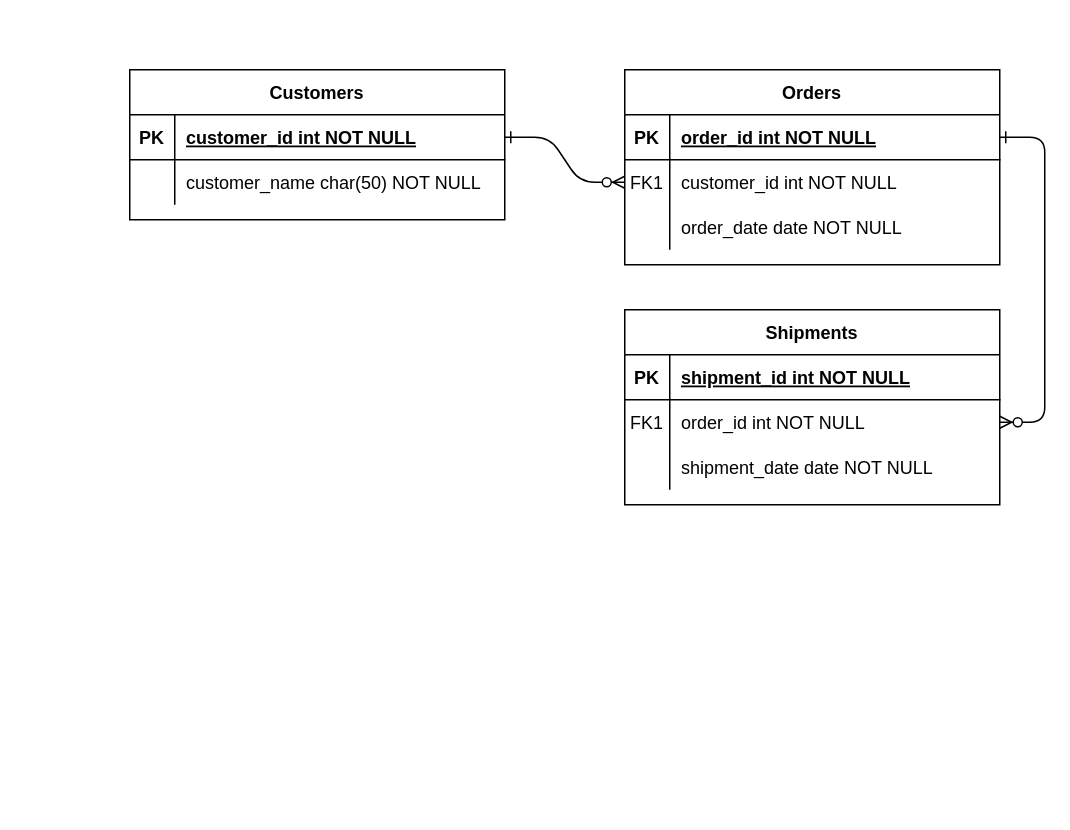
This is draw.io/数据库ER图.drawio from KeatonLi/pictures, a draw.io file, before an edit. Source tidied: cells renumbered, new cells numbered last; positions are measured from the earlier drawing's top-left corner, leaving out a move shared by most shapes. Both pictures are drawn from the tidied source at 150%, with x=0, y=0 at pixel (129, 69).
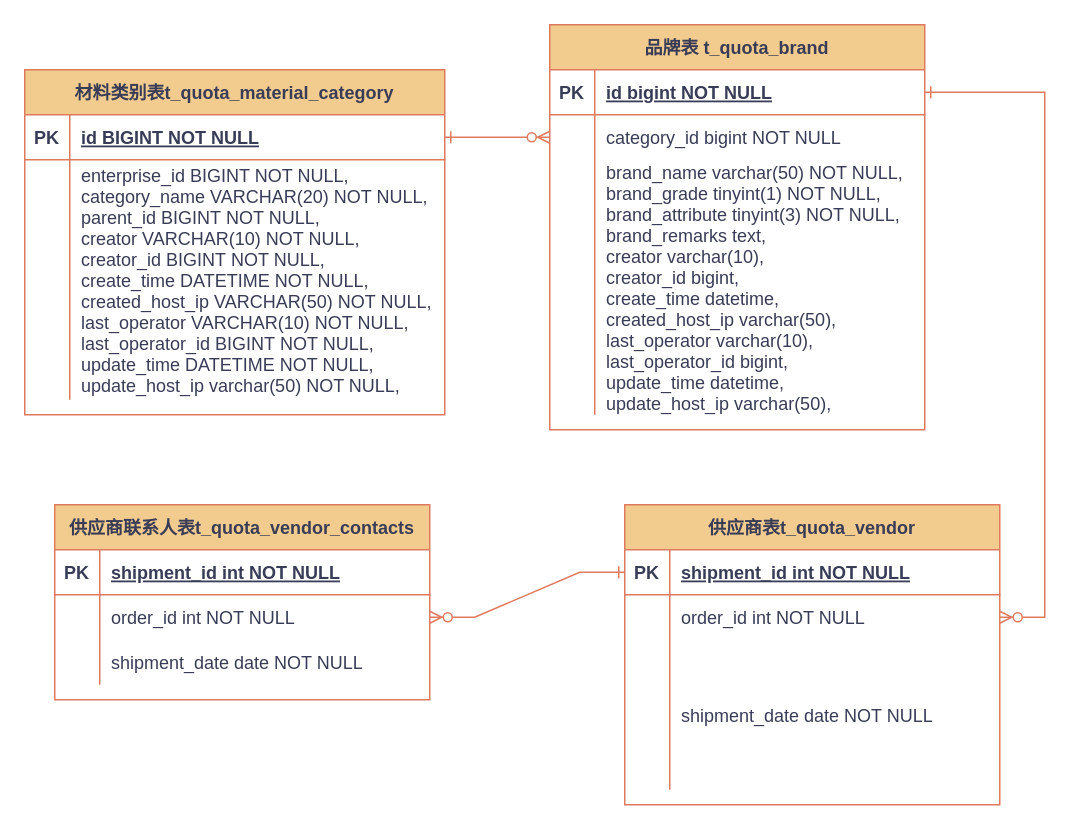
The same diagram, later.

Commit message (it also covers changes not shown here):
更新数据库ER图.drawio

The edit, as a diff of the source:
```diff
@@
-    <mxCell id="2" style="edgeStyle=entityRelationEdgeStyle;endArrow=ERzeroToMany;startArrow=ERone;endFill=1;startFill=0;" parent="1" edge="1" source="25" target="8">
+    <mxCell id="2" style="edgeStyle=entityRelationEdgeStyle;endArrow=ERzeroToMany;startArrow=ERone;endFill=1;startFill=0;labelBackgroundColor=none;fontColor=default;rounded=0;strokeColor=#E07A5F;" parent="1" edge="1" source="25" target="8">
       <mxGeometry relative="1" as="geometry" />
     </mxCell>
-    <mxCell id="3" style="edgeStyle=entityRelationEdgeStyle;endArrow=ERzeroToMany;startArrow=ERone;endFill=1;startFill=0;" parent="1" edge="1" source="5" target="18">
+    <mxCell id="3" style="edgeStyle=entityRelationEdgeStyle;endArrow=ERzeroToMany;startArrow=ERone;endFill=1;startFill=0;labelBackgroundColor=none;fontColor=default;rounded=0;strokeColor=#E07A5F;" parent="1" edge="1" source="5" target="18">
       <mxGeometry relative="1" as="geometry" />
     </mxCell>
-    <mxCell id="4" value="Orders" style="shape=table;startSize=30;childLayout=tableLayout;rowLines=0;fontStyle=1;align=center;" parent="1" vertex="1">
-      <mxGeometry x="330" width="250" height="130" as="geometry" />
+    <mxCell id="4" value="品牌表 t_quota_brand" style="shape=table;startSize=30;childLayout=tableLayout;rowLines=0;fontStyle=1;align=center;labelBackgroundColor=none;rounded=0;fillColor=#F2CC8F;strokeColor=#E07A5F;fontColor=#393C56;" parent="1" vertex="1">
+      <mxGeometry x="280" y="-30" width="250" height="270" as="geometry" />
     </mxCell>
-    <mxCell id="5" style="shape=partialRectangle;fillColor=none;points=[[0,0.5],[1,0.5]];portConstraint=eastwest;top=0;left=0;right=0;bottom=1;" parent="4" vertex="1">
+    <mxCell id="5" style="shape=partialRectangle;fillColor=none;points=[[0,0.5],[1,0.5]];portConstraint=eastwest;top=0;left=0;right=0;bottom=1;labelBackgroundColor=none;rounded=0;strokeColor=#E07A5F;fontColor=#393C56;" parent="4" vertex="1">
       <mxGeometry y="30" width="250" height="30" as="geometry" />
     </mxCell>
-    <mxCell id="6" value="PK" style="shape=partialRectangle;overflow=hidden;fillColor=none;top=0;left=0;bottom=0;right=0;fontStyle=1;" parent="5" vertex="1">
+    <mxCell id="6" value="PK" style="shape=partialRectangle;overflow=hidden;fillColor=none;top=0;left=0;bottom=0;right=0;fontStyle=1;labelBackgroundColor=none;rounded=0;strokeColor=#E07A5F;fontColor=#393C56;" parent="5" vertex="1">
       <mxGeometry width="30" height="30" as="geometry" />
     </mxCell>
-    <mxCell id="7" value="order_id int NOT NULL " style="shape=partialRectangle;overflow=hidden;fillColor=none;top=0;left=0;bottom=0;right=0;align=left;spacingLeft=6;fontStyle=5;" parent="5" vertex="1">
+    <mxCell id="7" value="id bigint NOT NULL " style="shape=partialRectangle;overflow=hidden;fillColor=none;top=0;left=0;bottom=0;right=0;align=left;spacingLeft=6;fontStyle=5;labelBackgroundColor=none;rounded=0;strokeColor=#E07A5F;fontColor=#393C56;" parent="5" vertex="1">
       <mxGeometry x="30" width="220" height="30" as="geometry" />
     </mxCell>
-    <mxCell id="8" style="shape=partialRectangle;fillColor=none;points=[[0,0.5],[1,0.5]];portConstraint=eastwest;top=0;left=0;right=0;bottom=0;" parent="4" vertex="1">
+    <mxCell id="8" style="shape=partialRectangle;fillColor=none;points=[[0,0.5],[1,0.5]];portConstraint=eastwest;top=0;left=0;right=0;bottom=0;labelBackgroundColor=none;rounded=0;strokeColor=#E07A5F;fontColor=#393C56;" parent="4" vertex="1">
       <mxGeometry y="60" width="250" height="30" as="geometry" />
     </mxCell>
-    <mxCell id="9" value="FK1" style="shape=partialRectangle;overflow=hidden;fillColor=none;top=0;left=0;bottom=0;right=0;" parent="8" vertex="1">
+    <mxCell id="9" style="shape=partialRectangle;overflow=hidden;fillColor=none;top=0;left=0;bottom=0;right=0;labelBackgroundColor=none;rounded=0;strokeColor=#E07A5F;fontColor=#393C56;" parent="8" vertex="1">
       <mxGeometry width="30" height="30" as="geometry" />
     </mxCell>
-    <mxCell id="10" value="customer_id int NOT NULL" style="shape=partialRectangle;overflow=hidden;fillColor=none;top=0;left=0;bottom=0;right=0;align=left;spacingLeft=6;" parent="8" vertex="1">
+    <mxCell id="10" value="category_id bigint NOT NULL" style="shape=partialRectangle;overflow=hidden;fillColor=none;top=0;left=0;bottom=0;right=0;align=left;spacingLeft=6;labelBackgroundColor=none;rounded=0;strokeColor=#E07A5F;fontColor=#393C56;" parent="8" vertex="1">
       <mxGeometry x="30" width="220" height="30" as="geometry" />
     </mxCell>
-    <mxCell id="11" style="shape=partialRectangle;fillColor=none;top=0;left=0;right=0;bottom=0;" parent="4" vertex="1">
-      <mxGeometry y="90" width="250" height="30" as="geometry" />
+    <mxCell id="11" style="shape=partialRectangle;fillColor=none;top=0;left=0;right=0;bottom=0;labelBackgroundColor=none;rounded=0;strokeColor=#E07A5F;fontColor=#393C56;" parent="4" vertex="1">
+      <mxGeometry y="90" width="250" height="170" as="geometry" />
     </mxCell>
-    <mxCell id="12" style="shape=partialRectangle;overflow=hidden;fillColor=none;top=0;left=0;bottom=0;right=0;" parent="11" vertex="1">
-      <mxGeometry width="30" height="30" as="geometry" />
+    <mxCell id="12" style="shape=partialRectangle;overflow=hidden;fillColor=none;top=0;left=0;bottom=0;right=0;labelBackgroundColor=none;rounded=0;strokeColor=#E07A5F;fontColor=#393C56;" parent="11" vertex="1">
+      <mxGeometry width="30" height="170" as="geometry" />
     </mxCell>
-    <mxCell id="13" value="order_date date NOT NULL" style="shape=partialRectangle;overflow=hidden;fillColor=none;top=0;left=0;bottom=0;right=0;align=left;spacingLeft=6;" parent="11" vertex="1">
-      <mxGeometry x="30" width="220" height="30" as="geometry" />
+    <mxCell id="13" value="brand_name varchar(50) NOT NULL,&#10;  brand_grade tinyint(1) NOT NULL,&#10;  brand_attribute tinyint(3) NOT NULL,&#10;  brand_remarks text,&#10;  creator varchar(10),&#10;  creator_id bigint,&#10;  create_time datetime,&#10;  created_host_ip varchar(50),&#10;  last_operator varchar(10),&#10;  last_operator_id bigint,&#10;  update_time datetime,&#10;  update_host_ip varchar(50)," style="shape=partialRectangle;overflow=hidden;fillColor=none;top=0;left=0;bottom=0;right=0;align=left;spacingLeft=6;labelBackgroundColor=none;rounded=0;strokeColor=#E07A5F;fontColor=#393C56;" parent="11" vertex="1">
+      <mxGeometry x="30" width="220" height="170" as="geometry" />
     </mxCell>
-    <mxCell id="14" value="Shipments" style="shape=table;startSize=30;childLayout=tableLayout;rowLines=0;fontStyle=1;align=center;" parent="1" vertex="1">
-      <mxGeometry x="330" y="160" width="250" height="130" as="geometry" />
+    <mxCell id="14" value="供应商表t_quota_vendor" style="shape=table;startSize=30;childLayout=tableLayout;rowLines=0;fontStyle=1;align=center;labelBackgroundColor=none;rounded=0;fillColor=#F2CC8F;strokeColor=#E07A5F;fontColor=#393C56;" parent="1" vertex="1">
+      <mxGeometry x="330" y="290" width="250" height="200" as="geometry" />
     </mxCell>
-    <mxCell id="15" style="shape=partialRectangle;fillColor=none;points=[[0,0.5],[1,0.5]];portConstraint=eastwest;top=0;left=0;right=0;bottom=1;" parent="14" vertex="1">
+    <mxCell id="15" style="shape=partialRectangle;fillColor=none;points=[[0,0.5],[1,0.5]];portConstraint=eastwest;top=0;left=0;right=0;bottom=1;labelBackgroundColor=none;rounded=0;strokeColor=#E07A5F;fontColor=#393C56;" parent="14" vertex="1">
       <mxGeometry y="30" width="250" height="30" as="geometry" />
     </mxCell>
-    <mxCell id="16" value="PK" style="shape=partialRectangle;overflow=hidden;fillColor=none;top=0;left=0;bottom=0;right=0;fontStyle=1;" parent="15" vertex="1">
+    <mxCell id="16" value="PK" style="shape=partialRectangle;overflow=hidden;fillColor=none;top=0;left=0;bottom=0;right=0;fontStyle=1;labelBackgroundColor=none;rounded=0;strokeColor=#E07A5F;fontColor=#393C56;" parent="15" vertex="1">
       <mxGeometry width="30" height="30" as="geometry" />
     </mxCell>
-    <mxCell id="17" value="shipment_id int NOT NULL " style="shape=partialRectangle;overflow=hidden;fillColor=none;top=0;left=0;bottom=0;right=0;align=left;spacingLeft=6;fontStyle=5;" parent="15" vertex="1">
+    <mxCell id="17" value="shipment_id int NOT NULL " style="shape=partialRectangle;overflow=hidden;fillColor=none;top=0;left=0;bottom=0;right=0;align=left;spacingLeft=6;fontStyle=5;labelBackgroundColor=none;rounded=0;strokeColor=#E07A5F;fontColor=#393C56;" parent="15" vertex="1">
       <mxGeometry x="30" width="220" height="30" as="geometry" />
     </mxCell>
-    <mxCell id="18" style="shape=partialRectangle;fillColor=none;points=[[0,0.5],[1,0.5]];portConstraint=eastwest;top=0;left=0;right=0;bottom=0;" parent="14" vertex="1">
+    <mxCell id="18" style="shape=partialRectangle;fillColor=none;points=[[0,0.5],[1,0.5]];portConstraint=eastwest;top=0;left=0;right=0;bottom=0;labelBackgroundColor=none;rounded=0;strokeColor=#E07A5F;fontColor=#393C56;" parent="14" vertex="1">
       <mxGeometry y="60" width="250" height="30" as="geometry" />
     </mxCell>
-    <mxCell id="19" value="FK1" style="shape=partialRectangle;overflow=hidden;fillColor=none;top=0;left=0;bottom=0;right=0;" parent="18" vertex="1">
+    <mxCell id="19" style="shape=partialRectangle;overflow=hidden;fillColor=none;top=0;left=0;bottom=0;right=0;labelBackgroundColor=none;rounded=0;strokeColor=#E07A5F;fontColor=#393C56;" parent="18" vertex="1">
       <mxGeometry width="30" height="30" as="geometry" />
     </mxCell>
-    <mxCell id="20" value="order_id int NOT NULL" style="shape=partialRectangle;overflow=hidden;fillColor=none;top=0;left=0;bottom=0;right=0;align=left;spacingLeft=6;" parent="18" vertex="1">
+    <mxCell id="20" value="order_id int NOT NULL" style="shape=partialRectangle;overflow=hidden;fillColor=none;top=0;left=0;bottom=0;right=0;align=left;spacingLeft=6;labelBackgroundColor=none;rounded=0;strokeColor=#E07A5F;fontColor=#393C56;" parent="18" vertex="1">
       <mxGeometry x="30" width="220" height="30" as="geometry" />
     </mxCell>
-    <mxCell id="21" style="shape=partialRectangle;fillColor=none;top=0;left=0;right=0;bottom=0;" parent="14" vertex="1">
-      <mxGeometry y="90" width="250" height="30" as="geometry" />
+    <mxCell id="21" style="shape=partialRectangle;fillColor=none;top=0;left=0;right=0;bottom=0;labelBackgroundColor=none;rounded=0;strokeColor=#E07A5F;fontColor=#393C56;" parent="14" vertex="1">
+      <mxGeometry y="90" width="250" height="100" as="geometry" />
     </mxCell>
-    <mxCell id="22" style="shape=partialRectangle;overflow=hidden;fillColor=none;top=0;left=0;bottom=0;right=0;" parent="21" vertex="1">
-      <mxGeometry width="30" height="30" as="geometry" />
+    <mxCell id="22" style="shape=partialRectangle;overflow=hidden;fillColor=none;top=0;left=0;bottom=0;right=0;labelBackgroundColor=none;rounded=0;strokeColor=#E07A5F;fontColor=#393C56;" parent="21" vertex="1">
+      <mxGeometry width="30" height="100" as="geometry" />
     </mxCell>
-    <mxCell id="23" value="shipment_date date NOT NULL" style="shape=partialRectangle;overflow=hidden;fillColor=none;top=0;left=0;bottom=0;right=0;align=left;spacingLeft=6;" parent="21" vertex="1">
-      <mxGeometry x="30" width="220" height="30" as="geometry" />
+    <mxCell id="23" value="shipment_date date NOT NULL" style="shape=partialRectangle;overflow=hidden;fillColor=none;top=0;left=0;bottom=0;right=0;align=left;spacingLeft=6;labelBackgroundColor=none;rounded=0;strokeColor=#E07A5F;fontColor=#393C56;" parent="21" vertex="1">
+      <mxGeometry x="30" width="220" height="100" as="geometry" />
     </mxCell>
-    <mxCell id="24" value="Customers" style="shape=table;startSize=30;childLayout=tableLayout;rowLines=0;fontStyle=1;align=center;" parent="1" vertex="1">
-      <mxGeometry width="250" height="100" as="geometry" />
+    <mxCell id="24" value="材料类别表t_quota_material_category" style="shape=table;startSize=30;childLayout=tableLayout;rowLines=0;fontStyle=1;align=center;labelBackgroundColor=none;rounded=0;fillColor=#F2CC8F;strokeColor=#E07A5F;fontColor=#393C56;" parent="1" vertex="1">
+      <mxGeometry x="-70" width="280" height="230" as="geometry" />
     </mxCell>
-    <mxCell id="25" style="shape=partialRectangle;fillColor=none;points=[[0,0.5],[1,0.5]];portConstraint=eastwest;top=0;left=0;right=0;bottom=1;" parent="24" vertex="1">
-      <mxGeometry y="30" width="250" height="30" as="geometry" />
+    <mxCell id="25" style="shape=partialRectangle;fillColor=none;points=[[0,0.5],[1,0.5]];portConstraint=eastwest;top=0;left=0;right=0;bottom=1;labelBackgroundColor=none;rounded=0;strokeColor=#E07A5F;fontColor=#393C56;" parent="24" vertex="1">
+      <mxGeometry y="30" width="280" height="30" as="geometry" />
     </mxCell>
-    <mxCell id="26" value="PK" style="shape=partialRectangle;overflow=hidden;fillColor=none;top=0;left=0;bottom=0;right=0;fontStyle=1;" parent="25" vertex="1">
+    <mxCell id="26" value="PK" style="shape=partialRectangle;overflow=hidden;fillColor=none;top=0;left=0;bottom=0;right=0;fontStyle=1;labelBackgroundColor=none;rounded=0;strokeColor=#E07A5F;fontColor=#393C56;" parent="25" vertex="1">
       <mxGeometry width="30" height="30" as="geometry" />
     </mxCell>
-    <mxCell id="27" value="customer_id int NOT NULL " style="shape=partialRectangle;overflow=hidden;fillColor=none;top=0;left=0;bottom=0;right=0;align=left;spacingLeft=6;fontStyle=5;" parent="25" vertex="1">
-      <mxGeometry x="30" width="220" height="30" as="geometry" />
+    <mxCell id="27" value="id BIGINT NOT NULL " style="shape=partialRectangle;overflow=hidden;fillColor=none;top=0;left=0;bottom=0;right=0;align=left;spacingLeft=6;fontStyle=5;labelBackgroundColor=none;rounded=0;strokeColor=#E07A5F;fontColor=#393C56;" parent="25" vertex="1">
+      <mxGeometry x="30" width="250" height="30" as="geometry" />
     </mxCell>
-    <mxCell id="28" style="shape=partialRectangle;fillColor=none;top=0;left=0;right=0;bottom=0;" parent="24" vertex="1">
-      <mxGeometry y="60" width="250" height="30" as="geometry" />
+    <mxCell id="28" style="shape=partialRectangle;fillColor=none;top=0;left=0;right=0;bottom=0;labelBackgroundColor=none;rounded=0;strokeColor=#E07A5F;fontColor=#393C56;" parent="24" vertex="1">
+      <mxGeometry y="60" width="280" height="160" as="geometry" />
     </mxCell>
-    <mxCell id="29" style="shape=partialRectangle;overflow=hidden;fillColor=none;top=0;left=0;bottom=0;right=0;" parent="28" vertex="1">
-      <mxGeometry width="30" height="30" as="geometry" />
+    <mxCell id="29" style="shape=partialRectangle;overflow=hidden;fillColor=none;top=0;left=0;bottom=0;right=0;labelBackgroundColor=none;rounded=0;strokeColor=#E07A5F;fontColor=#393C56;" parent="28" vertex="1">
+      <mxGeometry width="30" height="160" as="geometry" />
     </mxCell>
-    <mxCell id="30" value="customer_name char(50) NOT NULL" style="shape=partialRectangle;overflow=hidden;fillColor=none;top=0;left=0;bottom=0;right=0;align=left;spacingLeft=6;" parent="28" vertex="1">
-      <mxGeometry x="30" width="220" height="30" as="geometry" />
+    <mxCell id="30" value="enterprise_id BIGINT NOT NULL,&#10;category_name VARCHAR(20) NOT NULL,&#10;parent_id BIGINT NOT NULL,&#10;creator VARCHAR(10) NOT NULL,&#10;creator_id BIGINT NOT NULL,&#10;create_time DATETIME NOT NULL,&#10;created_host_ip VARCHAR(50) NOT NULL,&#10;last_operator VARCHAR(10) NOT NULL,&#10;last_operator_id BIGINT NOT NULL,&#10;update_time DATETIME NOT NULL,&#10;update_host_ip varchar(50) NOT NULL," style="shape=partialRectangle;overflow=hidden;fillColor=none;top=0;left=0;bottom=0;right=0;align=left;spacingLeft=6;labelBackgroundColor=none;rounded=0;strokeColor=#E07A5F;fontColor=#393C56;" parent="28" vertex="1">
+      <mxGeometry x="30" width="250" height="160" as="geometry" />
     </mxCell>
+    <mxCell id="31" value="供应商联系人表t_quota_vendor_contacts" style="shape=table;startSize=30;childLayout=tableLayout;rowLines=0;fontStyle=1;align=center;labelBackgroundColor=none;rounded=0;fillColor=#F2CC8F;strokeColor=#E07A5F;fontColor=#393C56;" parent="1" vertex="1">
+      <mxGeometry x="-50" y="290" width="250" height="130" as="geometry" />
+    </mxCell>
+    <mxCell id="32" style="shape=partialRectangle;fillColor=none;top=0;left=0;right=0;bottom=1;labelBackgroundColor=none;rounded=0;strokeColor=#E07A5F;fontColor=#393C56;" parent="31" vertex="1">
+      <mxGeometry y="30" width="250" height="30" as="geometry" />
+    </mxCell>
+    <mxCell id="33" value="PK" style="shape=partialRectangle;overflow=hidden;fillColor=none;top=0;left=0;bottom=0;right=0;fontStyle=1;labelBackgroundColor=none;rounded=0;strokeColor=#E07A5F;fontColor=#393C56;" parent="32" vertex="1">
+      <mxGeometry width="30" height="30" as="geometry" />
+    </mxCell>
+    <mxCell id="34" value="shipment_id int NOT NULL " style="shape=partialRectangle;overflow=hidden;fillColor=none;top=0;left=0;bottom=0;right=0;align=left;spacingLeft=6;fontStyle=5;labelBackgroundColor=none;rounded=0;strokeColor=#E07A5F;fontColor=#393C56;" parent="32" vertex="1">
+      <mxGeometry x="30" width="220" height="30" as="geometry" />
+    </mxCell>
+    <mxCell id="35" style="shape=partialRectangle;fillColor=none;points=[[0,0.5],[1,0.5]];portConstraint=eastwest;top=0;left=0;right=0;bottom=0;labelBackgroundColor=none;rounded=0;strokeColor=#E07A5F;fontColor=#393C56;" parent="31" vertex="1">
+      <mxGeometry y="60" width="250" height="30" as="geometry" />
+    </mxCell>
+    <mxCell id="36" style="shape=partialRectangle;overflow=hidden;fillColor=none;top=0;left=0;bottom=0;right=0;labelBackgroundColor=none;rounded=0;strokeColor=#E07A5F;fontColor=#393C56;" parent="35" vertex="1">
+      <mxGeometry width="30" height="30" as="geometry" />
+    </mxCell>
+    <mxCell id="37" value="order_id int NOT NULL" style="shape=partialRectangle;overflow=hidden;fillColor=none;top=0;left=0;bottom=0;right=0;align=left;spacingLeft=6;labelBackgroundColor=none;rounded=0;strokeColor=#E07A5F;fontColor=#393C56;" parent="35" vertex="1">
+      <mxGeometry x="30" width="220" height="30" as="geometry" />
+    </mxCell>
+    <mxCell id="38" style="shape=partialRectangle;fillColor=none;top=0;left=0;right=0;bottom=0;labelBackgroundColor=none;rounded=0;strokeColor=#E07A5F;fontColor=#393C56;" parent="31" vertex="1">
+      <mxGeometry y="90" width="250" height="30" as="geometry" />
+    </mxCell>
+    <mxCell id="39" style="shape=partialRectangle;overflow=hidden;fillColor=none;top=0;left=0;bottom=0;right=0;labelBackgroundColor=none;rounded=0;strokeColor=#E07A5F;fontColor=#393C56;" parent="38" vertex="1">
+      <mxGeometry width="30" height="30" as="geometry" />
+    </mxCell>
+    <mxCell id="40" value="shipment_date date NOT NULL" style="shape=partialRectangle;overflow=hidden;fillColor=none;top=0;left=0;bottom=0;right=0;align=left;spacingLeft=6;labelBackgroundColor=none;rounded=0;strokeColor=#E07A5F;fontColor=#393C56;" parent="38" vertex="1">
+      <mxGeometry x="30" width="220" height="30" as="geometry" />
+    </mxCell>
+    <mxCell id="41" style="edgeStyle=entityRelationEdgeStyle;endArrow=ERzeroToMany;startArrow=ERone;endFill=1;startFill=0;exitX=0;exitY=0.5;exitDx=0;exitDy=0;entryX=1;entryY=0.5;entryDx=0;entryDy=0;labelBackgroundColor=none;fontColor=default;rounded=0;strokeColor=#E07A5F;" parent="1" edge="1" source="15" target="35">
+      <mxGeometry relative="1" as="geometry" />
+    </mxCell>
```
